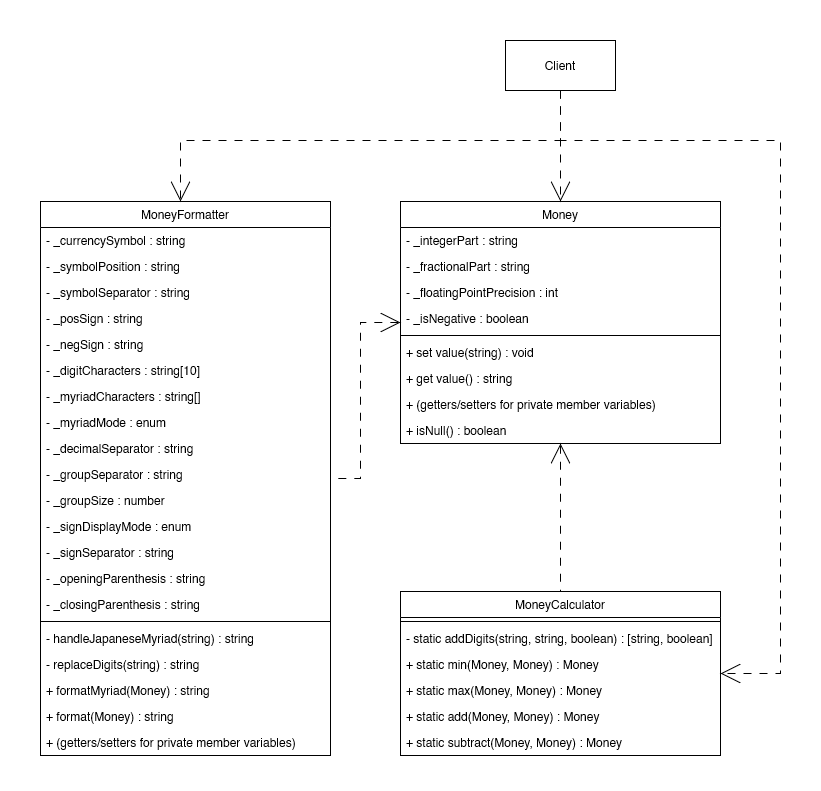
This is uml-class-diagram.png from konstantin-lukas/money-calculator, a draw.io export, as it was before one commit. Source tidied: cells renumbered, new cells last; positions are measured from the earlier drawing's top-left corner, leaving out a move shared by most shapes.
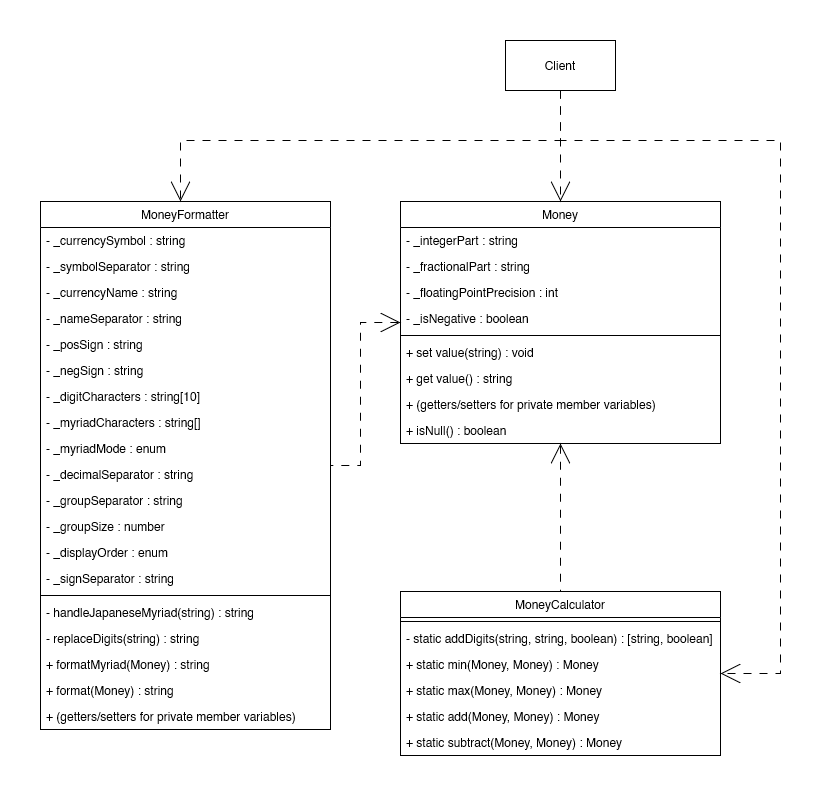
The same diagram one commit later.

Commit message:
updated uml class diagram

What changed in the source:
```diff
@@ -42,70 +42,67 @@
       <mxGeometry y="216" width="320" height="26" as="geometry" />
     </mxCell>
     <mxCell id="15" value="MoneyFormatter" style="swimlane;fontStyle=0;horizontal=1;startSize=26;fillColor=none;" parent="1" vertex="1">
-      <mxGeometry x="40" y="201" width="290" height="554" as="geometry" />
+      <mxGeometry x="40" y="201" width="290" height="528" as="geometry" />
     </mxCell>
     <mxCell id="16" value="- _currencySymbol : string" style="text;strokeColor=none;fillColor=none;align=left;verticalAlign=top;spacingLeft=4;spacingRight=4;overflow=hidden;" parent="15" vertex="1">
       <mxGeometry y="26" width="290" height="26" as="geometry" />
     </mxCell>
+    <mxCell id="18" value="- _symbolSeparator : string" style="text;strokeColor=none;fillColor=none;align=left;verticalAlign=top;spacingLeft=4;spacingRight=4;overflow=hidden;" parent="15" vertex="1">
+      <mxGeometry y="52" width="290" height="26" as="geometry" />
+    </mxCell>
+    <mxCell id="48" value="- _currencyName : string" style="text;strokeColor=none;fillColor=none;align=left;verticalAlign=top;spacingLeft=4;spacingRight=4;overflow=hidden;" parent="15" vertex="1">
+      <mxGeometry y="78" width="290" height="26" as="geometry" />
+    </mxCell>
-    <mxCell id="17" value="- _symbolPosition : string" style="text;strokeColor=none;fillColor=none;align=left;verticalAlign=top;spacingLeft=4;spacingRight=4;overflow=hidden;" parent="15" vertex="1">
-      <mxGeometry y="52" width="290" height="26" as="geometry" />
+    <mxCell id="17" value="- _nameSeparator : string" style="text;strokeColor=none;fillColor=none;align=left;verticalAlign=top;spacingLeft=4;spacingRight=4;overflow=hidden;" parent="15" vertex="1">
+      <mxGeometry y="104" width="290" height="26" as="geometry" />
     </mxCell>
-    <mxCell id="18" value="- _symbolSeparator : string" style="text;strokeColor=none;fillColor=none;align=left;verticalAlign=top;spacingLeft=4;spacingRight=4;overflow=hidden;" parent="15" vertex="1">
-      <mxGeometry y="78" width="290" height="26" as="geometry" />
-    </mxCell>
     <mxCell id="19" value="- _posSign : string" style="text;strokeColor=none;fillColor=none;align=left;verticalAlign=top;spacingLeft=4;spacingRight=4;overflow=hidden;" parent="15" vertex="1">
-      <mxGeometry y="104" width="290" height="26" as="geometry" />
+      <mxGeometry y="130" width="290" height="26" as="geometry" />
     </mxCell>
     <mxCell id="20" value="- _negSign : string" style="text;strokeColor=none;fillColor=none;align=left;verticalAlign=top;spacingLeft=4;spacingRight=4;overflow=hidden;" parent="15" vertex="1">
-      <mxGeometry y="130" width="290" height="26" as="geometry" />
+      <mxGeometry y="156" width="290" height="26" as="geometry" />
     </mxCell>
     <mxCell id="21" value="- _digitCharacters : string[10]" style="text;strokeColor=none;fillColor=none;align=left;verticalAlign=top;spacingLeft=4;spacingRight=4;overflow=hidden;" parent="15" vertex="1">
-      <mxGeometry y="156" width="290" height="26" as="geometry" />
+      <mxGeometry y="182" width="290" height="26" as="geometry" />
     </mxCell>
     <mxCell id="22" value="- _myriadCharacters : string[]" style="text;strokeColor=none;fillColor=none;align=left;verticalAlign=top;spacingLeft=4;spacingRight=4;overflow=hidden;" parent="15" vertex="1">
-      <mxGeometry y="182" width="290" height="26" as="geometry" />
+      <mxGeometry y="208" width="290" height="26" as="geometry" />
     </mxCell>
     <mxCell id="23" value="- _myriadMode : enum" style="text;strokeColor=none;fillColor=none;align=left;verticalAlign=top;spacingLeft=4;spacingRight=4;overflow=hidden;" parent="15" vertex="1">
-      <mxGeometry y="208" width="290" height="26" as="geometry" />
+      <mxGeometry y="234" width="290" height="26" as="geometry" />
     </mxCell>
     <mxCell id="24" value="- _decimalSeparator : string" style="text;strokeColor=none;fillColor=none;align=left;verticalAlign=top;spacingLeft=4;spacingRight=4;overflow=hidden;" parent="15" vertex="1">
-      <mxGeometry y="234" width="290" height="26" as="geometry" />
+      <mxGeometry y="260" width="290" height="26" as="geometry" />
     </mxCell>
     <mxCell id="25" value="- _groupSeparator : string" style="text;strokeColor=none;fillColor=none;align=left;verticalAlign=top;spacingLeft=4;spacingRight=4;overflow=hidden;" parent="15" vertex="1">
-      <mxGeometry y="260" width="290" height="26" as="geometry" />
+      <mxGeometry y="286" width="290" height="26" as="geometry" />
     </mxCell>
     <mxCell id="26" value="- _groupSize : number" style="text;strokeColor=none;fillColor=none;align=left;verticalAlign=top;spacingLeft=4;spacingRight=4;overflow=hidden;" parent="15" vertex="1">
-      <mxGeometry y="286" width="290" height="26" as="geometry" />
+      <mxGeometry y="312" width="290" height="26" as="geometry" />
     </mxCell>
-    <mxCell id="27" value="- _signDisplayMode : enum" style="text;strokeColor=none;fillColor=none;align=left;verticalAlign=top;spacingLeft=4;spacingRight=4;overflow=hidden;" parent="15" vertex="1">
-      <mxGeometry y="312" width="290" height="26" as="geometry" />
+    <mxCell id="27" value="- _displayOrder : enum" style="text;strokeColor=none;fillColor=none;align=left;verticalAlign=top;spacingLeft=4;spacingRight=4;overflow=hidden;" parent="15" vertex="1">
+      <mxGeometry y="338" width="290" height="26" as="geometry" />
     </mxCell>
     <mxCell id="28" value="- _signSeparator : string" style="text;strokeColor=none;fillColor=none;align=left;verticalAlign=top;spacingLeft=4;spacingRight=4;overflow=hidden;" parent="15" vertex="1">
-      <mxGeometry y="338" width="290" height="26" as="geometry" />
+      <mxGeometry y="364" width="290" height="26" as="geometry" />
     </mxCell>
-    <mxCell id="29" value="- _openingParenthesis : string" style="text;strokeColor=none;fillColor=none;align=left;verticalAlign=top;spacingLeft=4;spacingRight=4;overflow=hidden;" parent="15" vertex="1">
-      <mxGeometry y="364" width="290" height="26" as="geometry" />
-    </mxCell>
-    <mxCell id="30" value="- _closingParenthesis : string" style="text;strokeColor=none;fillColor=none;align=left;verticalAlign=top;spacingLeft=4;spacingRight=4;overflow=hidden;" parent="15" vertex="1">
-      <mxGeometry y="390" width="290" height="26" as="geometry" />
-    </mxCell>
     <mxCell id="31" style="line;strokeWidth=1;fillColor=none;align=left;verticalAlign=middle;spacingTop=-1;spacingLeft=3;spacingRight=3;labelPosition=right;strokeColor=inherit;" parent="15" vertex="1">
-      <mxGeometry y="416" width="290" height="8" as="geometry" />
+      <mxGeometry y="390" width="290" height="8" as="geometry" />
     </mxCell>
     <mxCell id="32" value="- handleJapaneseMyriad(string) : string" style="text;strokeColor=none;fillColor=none;align=left;verticalAlign=top;spacingLeft=4;spacingRight=4;overflow=hidden;" parent="15" vertex="1">
-      <mxGeometry y="424" width="290" height="26" as="geometry" />
+      <mxGeometry y="398" width="290" height="26" as="geometry" />
     </mxCell>
     <mxCell id="33" value="- replaceDigits(string) : string" style="text;strokeColor=none;fillColor=none;align=left;verticalAlign=top;spacingLeft=4;spacingRight=4;overflow=hidden;" parent="15" vertex="1">
-      <mxGeometry y="450" width="290" height="26" as="geometry" />
+      <mxGeometry y="424" width="290" height="26" as="geometry" />
     </mxCell>
     <mxCell id="34" value="+ formatMyriad(Money) : string" style="text;strokeColor=none;fillColor=none;align=left;verticalAlign=top;spacingLeft=4;spacingRight=4;overflow=hidden;" parent="15" vertex="1">
-      <mxGeometry y="476" width="290" height="26" as="geometry" />
+      <mxGeometry y="450" width="290" height="26" as="geometry" />
     </mxCell>
     <mxCell id="35" value="+ format(Money) : string" style="text;strokeColor=none;fillColor=none;align=left;verticalAlign=top;spacingLeft=4;spacingRight=4;overflow=hidden;" parent="15" vertex="1">
-      <mxGeometry y="502" width="290" height="26" as="geometry" />
+      <mxGeometry y="476" width="290" height="26" as="geometry" />
     </mxCell>
     <mxCell id="36" value="+ (getters/setters for private member variables)" style="text;strokeColor=none;fillColor=none;align=left;verticalAlign=top;spacingLeft=4;spacingRight=4;overflow=hidden;" parent="15" vertex="1">
-      <mxGeometry y="528" width="290" height="26" as="geometry" />
+      <mxGeometry y="502" width="290" height="26" as="geometry" />
     </mxCell>
     <mxCell id="37" value="MoneyCalculator" style="swimlane;fontStyle=0;horizontal=1;startSize=26;fillColor=none;" parent="1" vertex="1">
       <mxGeometry x="400" y="591" width="320" height="164" as="geometry" />
```
